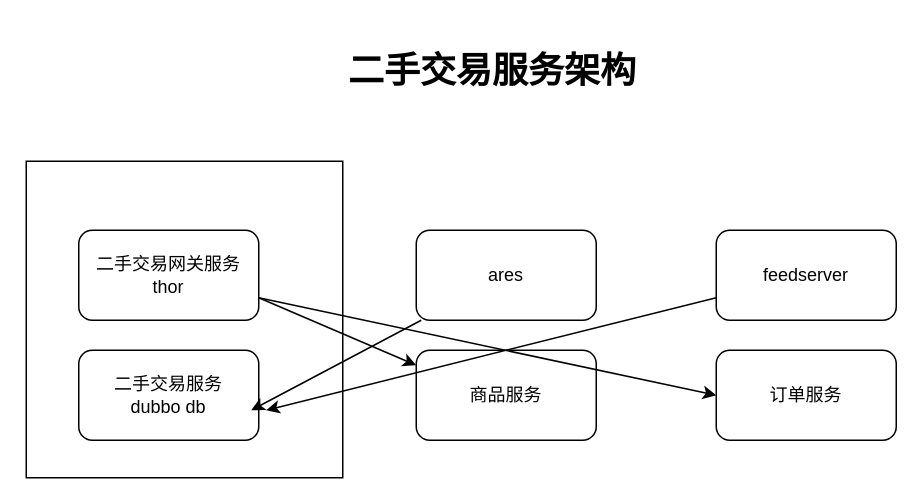
Before: Untitled Diagram.drawio in killermyth/Documents, a draw.io diagram. Source tidied: cells renumbered, new cells numbered last; positions are measured from the earlier drawing's top-left corner, leaving out a move shared by most shapes. Both pictures are drawn from the tidied source at 150%, with x=0, y=0 at pixel (26, 40).
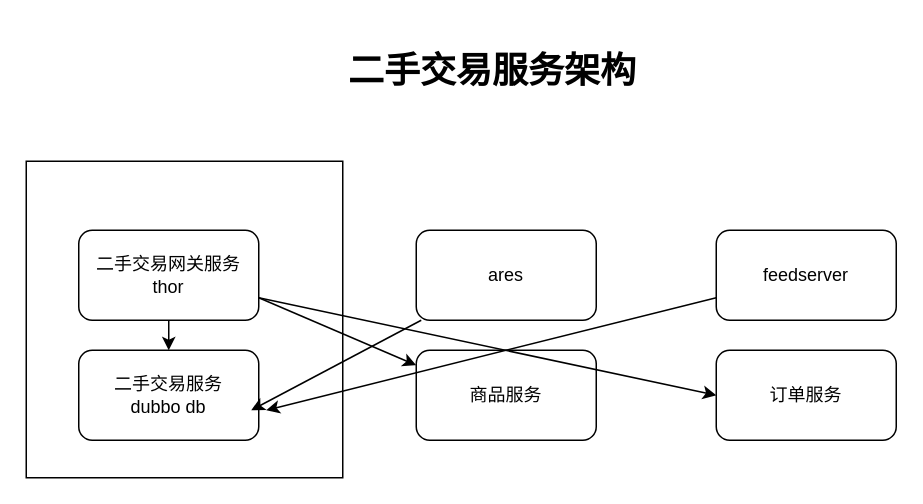
Above is the later version.

Diff of the diagram source:
```diff
@@
 <mxGraphModel>
   <root>
     <mxCell id="0" />
     <mxCell id="1" parent="0" />
     <mxCell id="2" value="&lt;h1&gt;二手交易服务架构&lt;/h1&gt;" style="text;html=1;strokeColor=none;fillColor=none;spacing=5;spacingTop=-20;whiteSpace=wrap;overflow=hidden;rounded=0;" parent="1" vertex="1">
       <mxGeometry x="210" width="210" height="50" as="geometry" />
     </mxCell>
     <mxCell id="3" style="group;" parent="1" vertex="1">
       <mxGeometry y="80" width="211" height="211" as="geometry" />
     </mxCell>
     <mxCell id="4" style="whiteSpace=wrap;html=1;" parent="3" vertex="1">
       <mxGeometry width="211" height="211" as="geometry" />
     </mxCell>
     <mxCell id="5" value="二手交易网关服务&lt;br&gt;thor" style="rounded=1;whiteSpace=wrap;html=1;" parent="3" vertex="1">
       <mxGeometry x="35" y="46" width="120" height="60" as="geometry" />
     </mxCell>
     <mxCell id="6" value="二手交易服务&lt;br&gt;dubbo db" style="rounded=1;whiteSpace=wrap;html=1;" parent="3" vertex="1">
       <mxGeometry x="35" y="126" width="120" height="60" as="geometry" />
     </mxCell>
+    <mxCell id="15" style="endArrow=classic;html=1;exitX=0.5;exitY=1;exitDx=0;exitDy=0;entryX=0.5;entryY=0;entryDx=0;entryDy=0;" parent="3" edge="1" source="5" target="6">
+      <mxGeometry relative="1" as="geometry" />
+    </mxCell>
     <mxCell id="7" value="商品服务" style="rounded=1;whiteSpace=wrap;html=1;" parent="1" vertex="1">
       <mxGeometry x="260" y="206" width="120" height="60" as="geometry" />
     </mxCell>
     <mxCell id="8" value="订单服务" style="rounded=1;whiteSpace=wrap;html=1;" parent="1" vertex="1">
       <mxGeometry x="460" y="206" width="120" height="60" as="geometry" />
     </mxCell>
     <mxCell id="9" value="ares" style="rounded=1;whiteSpace=wrap;html=1;" parent="1" vertex="1">
       <mxGeometry x="260" y="126" width="120" height="60" as="geometry" />
     </mxCell>
     <mxCell id="10" value="feedserver" style="rounded=1;whiteSpace=wrap;html=1;" parent="1" vertex="1">
       <mxGeometry x="460" y="126" width="120" height="60" as="geometry" />
     </mxCell>
     <mxCell id="11" style="endArrow=classic;html=1;exitX=1;exitY=0.75;exitDx=0;exitDy=0;" parent="1" edge="1" source="5">
       <mxGeometry relative="1" as="geometry">
         <mxPoint x="260" y="216" as="targetPoint" />
       </mxGeometry>
     </mxCell>
     <mxCell id="12" style="endArrow=classic;html=1;exitX=1;exitY=0.75;exitDx=0;exitDy=0;entryX=0;entryY=0.5;entryDx=0;entryDy=0;" parent="1" edge="1" source="5" target="8">
       <mxGeometry relative="1" as="geometry" />
     </mxCell>
     <mxCell id="13" style="endArrow=classic;html=1;" parent="1" edge="1" source="9">
       <mxGeometry relative="1" as="geometry">
         <mxPoint x="150" y="246" as="targetPoint" />
       </mxGeometry>
     </mxCell>
     <mxCell id="14" style="endArrow=classic;html=1;exitX=0;exitY=0.75;exitDx=0;exitDy=0;" parent="1" edge="1" source="10">
       <mxGeometry relative="1" as="geometry">
         <mxPoint x="160" y="246" as="targetPoint" />
       </mxGeometry>
     </mxCell>
   </root>
 </mxGraphModel>
```
